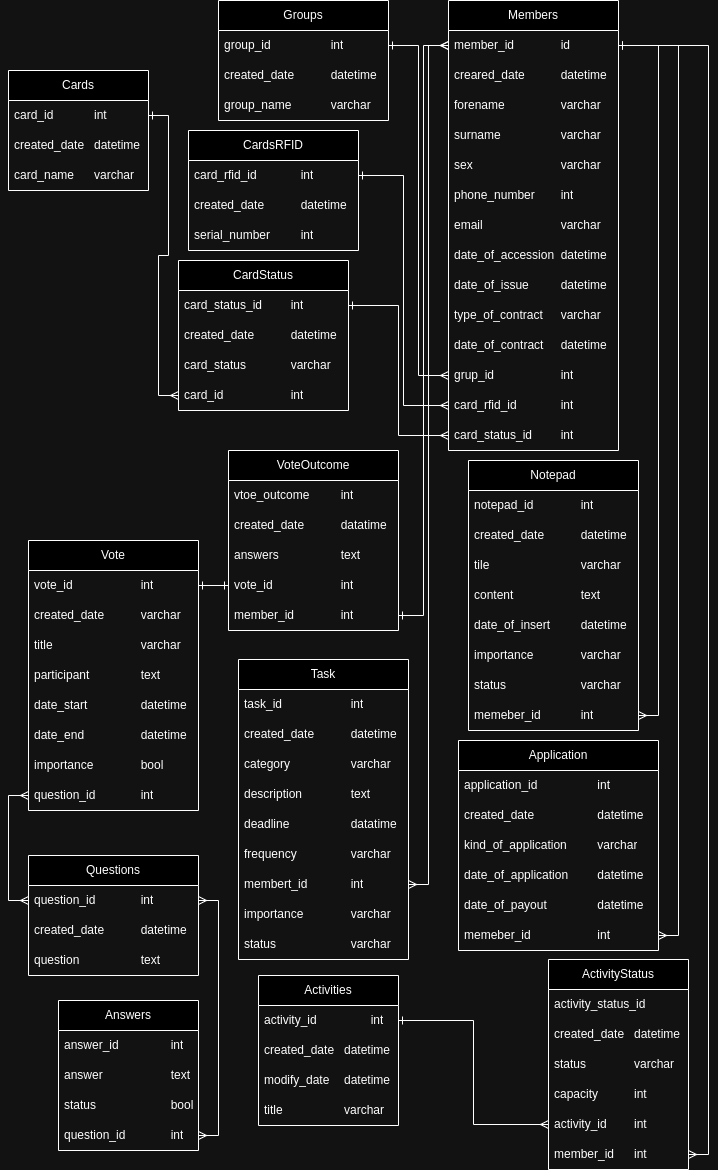
Earlier version of the draw.io export spec/TI_Management_Database_Schema.drawio.png (Mat3u52/TI_Management). Source tidied: cells renumbered, new cells last; positions are measured from the earlier drawing's top-left corner, leaving out a move shared by most shapes.
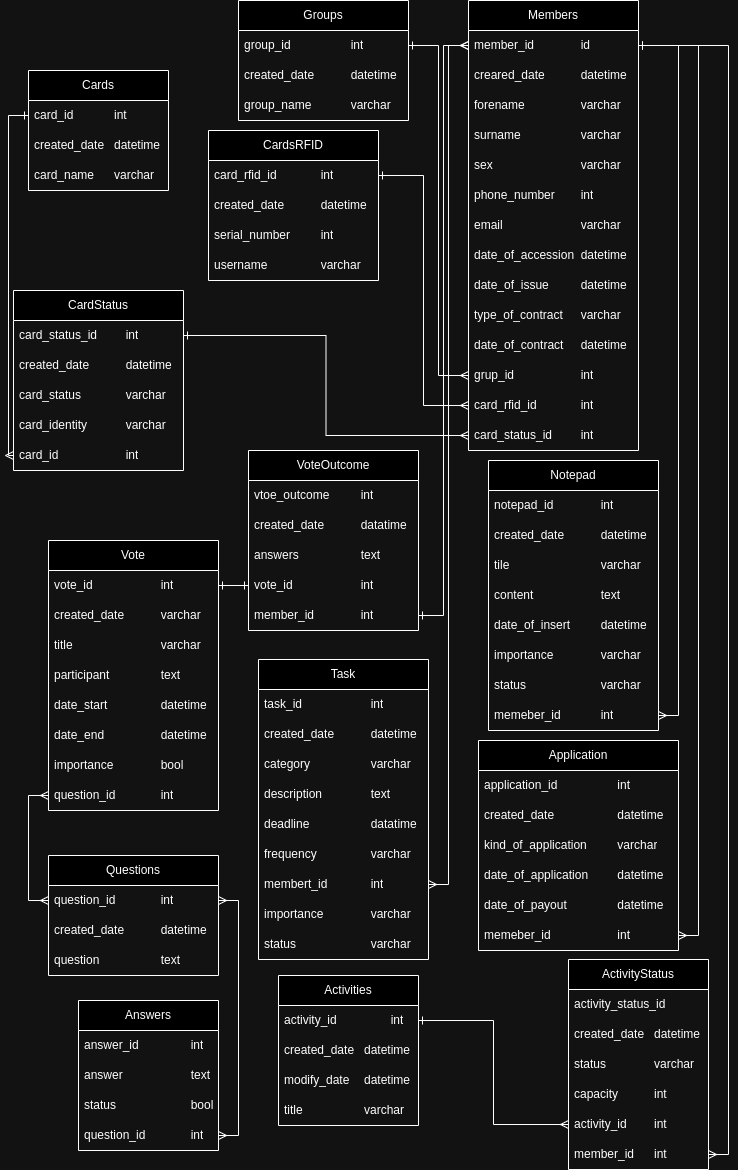
Later version of the same file.

Diff of the diagram source:
```diff
@@ -27,7 +27,7 @@
       <mxGeometry y="90" width="140" height="30" as="geometry" />
     </mxCell>
     <mxCell id="10" value="CardStatus" style="swimlane;fontStyle=0;horizontal=1;startSize=30;whiteSpace=wrap;html=1;" parent="1" vertex="1">
-      <mxGeometry x="170" y="260" width="170" height="150" as="geometry" />
+      <mxGeometry x="-15" y="290" width="170" height="180" as="geometry" />
     </mxCell>
     <mxCell id="11" value="card_status_id&amp;nbsp;&lt;span style=&quot;white-space: pre;&quot;&gt;&#9;&lt;/span&gt;int" style="text;strokeColor=none;fillColor=none;align=left;verticalAlign=middle;spacingLeft=4;spacingRight=4;overflow=hidden;points=[[0,0.5],[1,0.5]];portConstraint=eastwest;whiteSpace=wrap;html=1;" parent="10" vertex="1">
       <mxGeometry y="30" width="170" height="30" as="geometry" />
@@ -38,8 +38,11 @@
     <mxCell id="13" value="card_status&lt;span style=&quot;white-space: pre;&quot;&gt;&#9;&lt;span style=&quot;white-space: pre;&quot;&gt;&#9;&lt;/span&gt;&lt;/span&gt;varchar" style="text;strokeColor=none;fillColor=none;align=left;verticalAlign=middle;spacingLeft=4;spacingRight=4;overflow=hidden;whiteSpace=wrap;html=1;" parent="10" vertex="1">
       <mxGeometry y="90" width="170" height="30" as="geometry" />
     </mxCell>
+    <mxCell id="109" value="card_identity&lt;span style=&quot;white-space: pre;&quot;&gt;&#9;&lt;span style=&quot;white-space: pre;&quot;&gt;&#9;&lt;/span&gt;&lt;/span&gt;varchar" style="text;strokeColor=none;fillColor=none;align=left;verticalAlign=middle;spacingLeft=4;spacingRight=4;overflow=hidden;whiteSpace=wrap;html=1;" parent="10" vertex="1">
+      <mxGeometry y="120" width="170" height="30" as="geometry" />
+    </mxCell>
     <mxCell id="14" value="card_id&lt;span style=&quot;white-space: pre;&quot;&gt;&#9;&lt;span style=&quot;white-space: pre;&quot;&gt;&#9;&lt;/span&gt;&lt;/span&gt;&lt;span style=&quot;white-space: pre;&quot;&gt;&#9;&lt;/span&gt;int" style="text;strokeColor=none;fillColor=none;align=left;verticalAlign=middle;spacingLeft=4;spacingRight=4;overflow=hidden;points=[[0,0.5],[1,0.5]];portConstraint=eastwest;whiteSpace=wrap;html=1;" parent="10" vertex="1">
-      <mxGeometry y="120" width="170" height="30" as="geometry" />
+      <mxGeometry y="150" width="170" height="30" as="geometry" />
     </mxCell>
     <mxCell id="15" style="edgeStyle=orthogonalEdgeStyle;rounded=0;jettySize=auto;html=1;entryX=0;entryY=0.5;entryDx=0;entryDy=0;endArrow=ERmany;endFill=0;startArrow=ERone;startFill=0;" parent="1" edge="1" source="7" target="14">
       <mxGeometry relative="1" as="geometry" />
@@ -93,7 +96,7 @@
       <mxGeometry relative="1" as="geometry" />
     </mxCell>
     <mxCell id="32" value="CardsRFID" style="swimlane;fontStyle=0;horizontal=1;startSize=30;whiteSpace=wrap;html=1;" parent="1" vertex="1">
-      <mxGeometry x="180" y="130" width="170" height="120" as="geometry" />
+      <mxGeometry x="180" y="130" width="170" height="150" as="geometry" />
     </mxCell>
     <mxCell id="33" value="card_rfid_id&lt;span style=&quot;white-space: pre;&quot;&gt;&#9;&lt;/span&gt;&lt;span style=&quot;white-space: pre;&quot;&gt;&#9;&lt;/span&gt;int" style="text;strokeColor=none;fillColor=none;align=left;verticalAlign=middle;spacingLeft=4;spacingRight=4;overflow=hidden;points=[[0,0.5],[1,0.5]];portConstraint=eastwest;whiteSpace=wrap;html=1;" parent="32" vertex="1">
       <mxGeometry y="30" width="170" height="30" as="geometry" />
@@ -104,6 +107,9 @@
     <mxCell id="35" value="serial_number&lt;span style=&quot;white-space: pre;&quot;&gt;&#9;&lt;/span&gt;&lt;span style=&quot;white-space: pre;&quot;&gt;&#9;&lt;/span&gt;int" style="text;strokeColor=none;fillColor=none;align=left;verticalAlign=middle;spacingLeft=4;spacingRight=4;overflow=hidden;whiteSpace=wrap;html=1;" parent="32" vertex="1">
       <mxGeometry y="90" width="170" height="30" as="geometry" />
     </mxCell>
+    <mxCell id="110" value="username&lt;span style=&quot;white-space: pre;&quot;&gt;&#9;&lt;/span&gt;&lt;span style=&quot;white-space: pre;&quot;&gt;&#9;&lt;/span&gt;varchar" style="text;strokeColor=none;fillColor=none;align=left;verticalAlign=middle;spacingLeft=4;spacingRight=4;overflow=hidden;whiteSpace=wrap;html=1;" parent="32" vertex="1">
+      <mxGeometry y="120" width="170" height="30" as="geometry" />
+    </mxCell>
     <mxCell id="36" style="edgeStyle=orthogonalEdgeStyle;rounded=0;jettySize=auto;html=1;endArrow=ERmany;endFill=0;startArrow=ERone;startFill=0;" parent="1" edge="1" source="33" target="29">
       <mxGeometry relative="1" as="geometry" />
     </mxCell>
```
